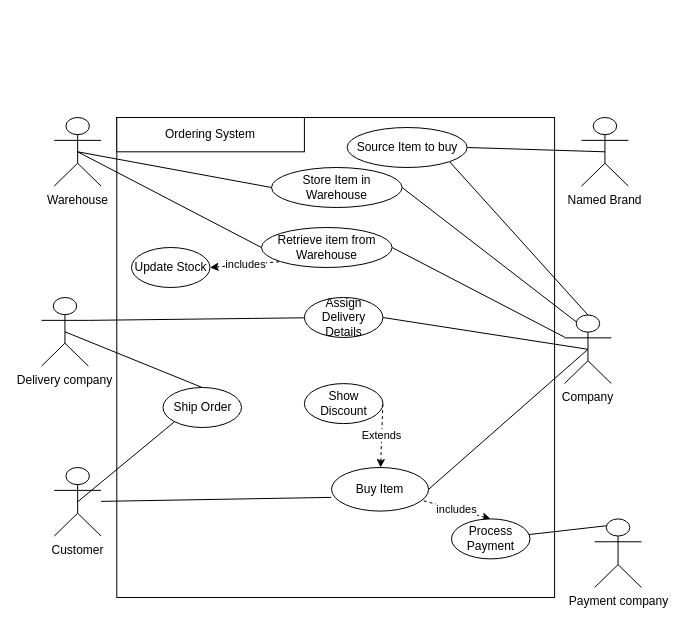
Earlier version of the draw.io diagram week1/Online Shop UML.drawio (Darren-ODonnell/BusinessModellingDiagrams). Source tidied: cells renumbered, new cells numbered last; positions are measured from the earlier drawing's top-left corner, leaving out a move shared by most shapes. Both pictures are drawn from the tidied source at 100%, with x=0, y=0 at pixel (41, 117).
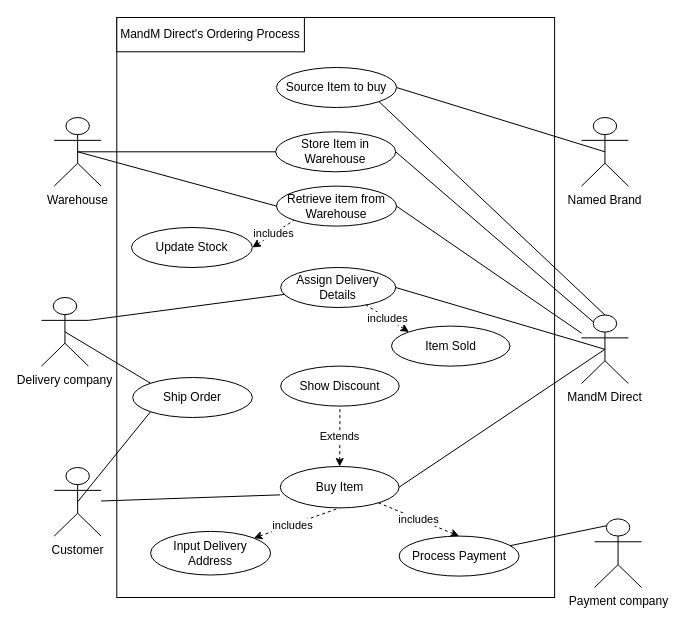
After the change.

Unchanged cells that the change refers to:
```xml
<mxCell id="6" value="Delivery company" style="shape=umlActor;verticalLabelPosition=bottom;verticalAlign=top;html=1;outlineConnect=0;" parent="1" vertex="1">
  <mxGeometry y="180" width="46.9" height="68.6" as="geometry" />
</mxCell>
```

What changed in the source:
```diff
@@
     <mxCell id="2" style="rounded=0;whiteSpace=wrap;html=1;" parent="1" vertex="1">
-      <mxGeometry x="75.3" width="437.8" height="480" as="geometry" />
+      <mxGeometry x="75.3" y="-100" width="437.8" height="580" as="geometry" />
     </mxCell>
@@
-    <mxCell id="5" value="Company" style="shape=umlActor;verticalLabelPosition=bottom;verticalAlign=top;html=1;outlineConnect=0;" parent="1" vertex="1">
-      <mxGeometry x="523" y="197.5" width="46.9" height="68.6" as="geometry" />
+    <mxCell id="5" value="MandM Direct" style="shape=umlActor;verticalLabelPosition=bottom;verticalAlign=top;html=1;outlineConnect=0;" parent="1" vertex="1">
+      <mxGeometry x="540" y="197.5" width="46.9" height="68.6" as="geometry" />
     </mxCell>
@@
-    <mxCell id="9" value="Ordering System" style="rounded=0;whiteSpace=wrap;html=1;" parent="1" vertex="1">
-      <mxGeometry x="75.3" width="187.6" height="34.3" as="geometry" />
+    <mxCell id="9" value="MandM Direct's Ordering Process" style="rounded=0;whiteSpace=wrap;html=1;" parent="1" vertex="1">
+      <mxGeometry x="75.3" y="-100" width="187.6" height="34.3" as="geometry" />
     </mxCell>
@@
     <mxCell id="11" value="Buy Item" style="ellipse;whiteSpace=wrap;html=1;" parent="1" vertex="1">
-      <mxGeometry x="290" y="350" width="97.1" height="43.6" as="geometry" />
+      <mxGeometry x="238.8" y="349" width="118.8" height="41.4" as="geometry" />
     </mxCell>
     <mxCell id="12" value="Retrieve item from Warehouse" style="ellipse;whiteSpace=wrap;html=1;" parent="1" vertex="1">
-      <mxGeometry x="220" y="110" width="130.6" height="40" as="geometry" />
+      <mxGeometry x="235" y="68.6" width="120" height="40" as="geometry" />
     </mxCell>
@@
     <mxCell id="14" value="Show Discount" style="ellipse;whiteSpace=wrap;html=1;" parent="1" vertex="1">
-      <mxGeometry x="262.9" y="266.1" width="78.5" height="40" as="geometry" />
+      <mxGeometry x="239.2" y="248.6" width="118.5" height="40" as="geometry" />
     </mxCell>
-    <mxCell id="15" value="Extends" style="rounded=0;jettySize=auto;html=1;endArrow=none;endFill=0;entryX=1;entryY=0.5;entryDx=0;entryDy=0;startArrow=classic;startFill=1;dashed=1;" parent="1" edge="1" source="11" target="14">
+    <mxCell id="15" value="Extends" style="rounded=0;jettySize=auto;html=1;endArrow=none;endFill=0;startArrow=classic;startFill=1;dashed=1;" parent="1" edge="1" source="11" target="14">
       <mxGeometry x="-2030" y="160" as="geometry" />
     </mxCell>
@@
     <mxCell id="19" value="Update Stock" style="ellipse;whiteSpace=wrap;html=1;" parent="1" vertex="1">
-      <mxGeometry x="90" y="130" width="78.5" height="40" as="geometry" />
+      <mxGeometry x="90" y="110" width="120.8" height="40" as="geometry" />
     </mxCell>
@@
     <mxCell id="21" value="Process Payment" style="ellipse;whiteSpace=wrap;html=1;" parent="1" vertex="1">
-      <mxGeometry x="410" y="401.4" width="78.5" height="40" as="geometry" />
+      <mxGeometry x="357.6" y="418.6" width="120" height="40" as="geometry" />
     </mxCell>
@@
     <mxCell id="23" value="Ship Order" style="ellipse;whiteSpace=wrap;html=1;" parent="1" vertex="1">
-      <mxGeometry x="121.5" y="270" width="78.5" height="40" as="geometry" />
+      <mxGeometry x="91.2" y="260" width="119.7" height="40" as="geometry" />
     </mxCell>
     <mxCell id="24" value="Assign Delivery Details" style="ellipse;whiteSpace=wrap;html=1;" parent="1" vertex="1">
-      <mxGeometry x="262.9" y="180" width="78.5" height="40" as="geometry" />
+      <mxGeometry x="239.2" y="150" width="115" height="40" as="geometry" />
     </mxCell>
@@
-    <mxCell id="27" style="rounded=0;jettySize=auto;html=1;endArrow=none;endFill=0;exitX=0.5;exitY=0.5;exitDx=0;exitDy=0;exitPerimeter=0;entryX=0.5;entryY=0;entryDx=0;entryDy=0;" parent="1" edge="1" source="6" target="23">
+    <mxCell id="27" style="rounded=0;jettySize=auto;html=1;endArrow=none;endFill=0;exitX=0.5;exitY=0.5;exitDx=0;exitDy=0;exitPerimeter=0;entryX=0;entryY=0;entryDx=0;entryDy=0;" parent="1" edge="1" source="6" target="23">
       <mxGeometry x="-2141.8" y="187.1" as="geometry" />
     </mxCell>
@@
     <mxCell id="32" value="Source Item to buy" style="ellipse;whiteSpace=wrap;html=1;" parent="1" vertex="1">
-      <mxGeometry x="305.6" y="10" width="120" height="40" as="geometry" />
+      <mxGeometry x="235" y="-50" width="120" height="40" as="geometry" />
     </mxCell>
@@
     <mxCell id="34" value="Store Item in Warehouse" style="ellipse;whiteSpace=wrap;html=1;" parent="1" vertex="1">
-      <mxGeometry x="230" y="50" width="130.6" height="40" as="geometry" />
+      <mxGeometry x="234.2" y="14.3" width="120" height="40" as="geometry" />
     </mxCell>
+    <mxCell id="35" value="Item Sold" style="ellipse;whiteSpace=wrap;html=1;" parent="1" vertex="1">
+      <mxGeometry x="350" y="208.6" width="118.5" height="40" as="geometry" />
+    </mxCell>
+    <mxCell id="36" value="includes" style="rounded=0;jettySize=auto;html=1;exitX=0;exitY=0;exitDx=0;exitDy=0;endArrow=none;endFill=0;startArrow=classic;startFill=1;dashed=1;" parent="1" edge="1" source="35" target="24">
+      <mxGeometry x="-1990.1" y="100" as="geometry" />
+    </mxCell>
+    <mxCell id="37" value="Input Delivery Address" style="ellipse;whiteSpace=wrap;html=1;" parent="1" vertex="1">
+      <mxGeometry x="109.1" y="413.9" width="120" height="43.6" as="geometry" />
+    </mxCell>
+    <mxCell id="38" value="includes" style="rounded=0;jettySize=auto;html=1;endArrow=none;endFill=0;startArrow=classic;startFill=1;dashed=1;entryX=0.5;entryY=1;entryDx=0;entryDy=0;" parent="1" edge="1" source="37" target="11">
+      <mxGeometry as="geometry">
+        <mxPoint x="-4" y="2" as="offset" />
+      </mxGeometry>
+    </mxCell>
```
